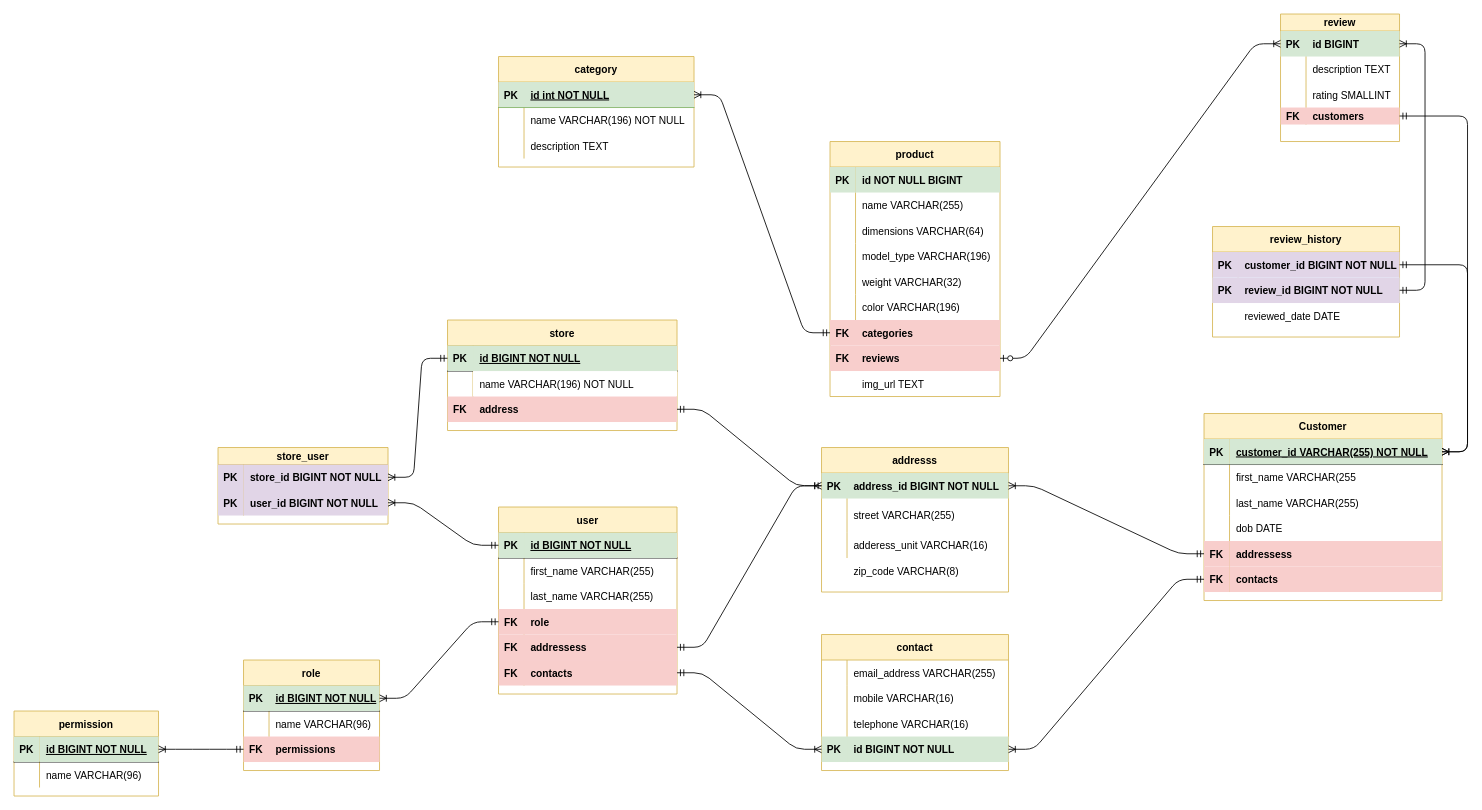
This is YuppieChef_Review_Test.drawio from developerprince-eng/yuppie-chef-assement, a draw.io file, before an edit. Source tidied: cells renumbered, new cells numbered last; positions are measured from the earlier drawing's top-left corner, leaving out a move shared by most shapes. Both pictures are drawn from the tidied source at 85%, with x=0, y=0 at pixel (14, 14).
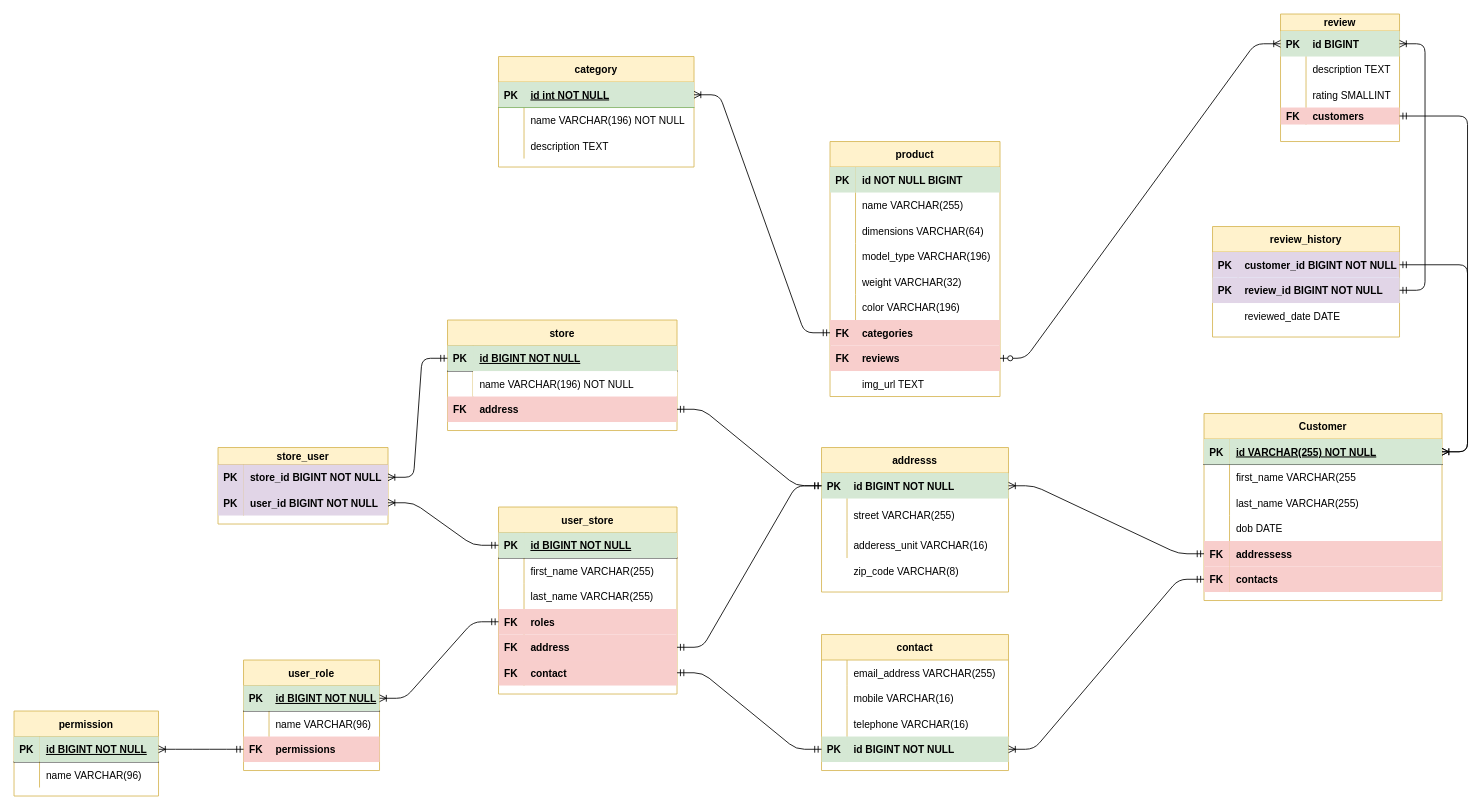
After the change.

The change refers to these unchanged cells:
```xml
<mxCell id="3" style="shape=partialRectangle;fillColor=none;points=[[0,0.5],[1,0.5]];portConstraint=eastwest;top=0;left=0;right=0;bottom=1;" parent="2" vertex="1">
  <mxGeometry y="30" width="280" height="30" as="geometry" />
</mxCell>
<mxCell id="22" style="shape=partialRectangle;fillColor=none;points=[[0,0.5],[1,0.5]];portConstraint=eastwest;top=0;left=0;right=0;bottom=0;" parent="21" vertex="1">
  <mxGeometry y="30" width="220" height="30" as="geometry" />
</mxCell>
<mxCell id="41" style="shape=partialRectangle;fillColor=none;points=[[0,0.5],[1,0.5]];portConstraint=eastwest;top=0;left=0;right=0;bottom=0;" parent="31" vertex="1">
  <mxGeometry y="120" width="220" height="30" as="geometry" />
</mxCell>
<mxCell id="90" style="shape=partialRectangle;fillColor=none;points=[[0,0.5],[1,0.5]];portConstraint=eastwest;top=0;left=0;right=0;bottom=0;" parent="80" vertex="1">
  <mxGeometry y="120" width="210" height="30" as="geometry" />
</mxCell>
<mxCell id="93" style="shape=partialRectangle;fillColor=none;points=[[0,0.5],[1,0.5]];portConstraint=eastwest;top=0;left=0;right=0;bottom=0;" parent="80" vertex="1">
  <mxGeometry y="150" width="210" height="30" as="geometry" />
</mxCell>
<mxCell id="96" style="shape=partialRectangle;fillColor=none;points=[[0,0.5],[1,0.5]];portConstraint=eastwest;top=0;left=0;right=0;bottom=0;" parent="80" vertex="1">
  <mxGeometry y="180" width="210" height="30" as="geometry" />
</mxCell>
```

The edit, as a diff of the source:
```diff
@@
-    <mxCell id="5" value="customer_id VARCHAR(255) NOT NULL " style="shape=partialRectangle;overflow=hidden;fillColor=#d5e8d4;top=0;left=0;bottom=0;right=0;align=left;spacingLeft=6;fontStyle=5;strokeColor=#82b366;" parent="3" vertex="1">
+    <mxCell id="5" value="id VARCHAR(255) NOT NULL " style="shape=partialRectangle;overflow=hidden;fillColor=#d5e8d4;top=0;left=0;bottom=0;right=0;align=left;spacingLeft=6;fontStyle=5;strokeColor=#82b366;" parent="3" vertex="1">
       <mxGeometry x="30" width="250" height="30" as="geometry" />
     </mxCell>
@@
-    <mxCell id="24" value="address_id BIGINT NOT NULL" style="shape=partialRectangle;overflow=hidden;fillColor=#d5e8d4;top=0;left=0;bottom=0;right=0;align=left;spacingLeft=6;fontStyle=1;strokeColor=#82b366;" parent="22" vertex="1">
+    <mxCell id="24" value="id BIGINT NOT NULL" style="shape=partialRectangle;overflow=hidden;fillColor=#d5e8d4;top=0;left=0;bottom=0;right=0;align=left;spacingLeft=6;fontStyle=1;strokeColor=#82b366;" parent="22" vertex="1">
       <mxGeometry x="30" width="190" height="30" as="geometry" />
     </mxCell>
@@
-    <mxCell id="80" value="user" style="shape=table;startSize=30;childLayout=tableLayout;rowLines=0;fontStyle=1;align=center;fillColor=#fff2cc;strokeColor=#d6b656;" parent="1" vertex="1">
+    <mxCell id="80" value="user_store" style="shape=table;startSize=30;childLayout=tableLayout;rowLines=0;fontStyle=1;align=center;fillColor=#fff2cc;strokeColor=#d6b656;" parent="1" vertex="1">
       <mxGeometry x="570" y="580" width="210" height="220" as="geometry" />
     </mxCell>
@@
-    <mxCell id="92" value="role" style="shape=partialRectangle;overflow=hidden;fillColor=#f8cecc;top=0;left=0;bottom=0;right=0;align=left;spacingLeft=6;strokeColor=#b85450;fontStyle=1;" parent="90" vertex="1">
+    <mxCell id="92" value="roles" style="shape=partialRectangle;overflow=hidden;fillColor=#f8cecc;top=0;left=0;bottom=0;right=0;align=left;spacingLeft=6;strokeColor=#b85450;fontStyle=1;" parent="90" vertex="1">
       <mxGeometry x="30" width="180" height="30" as="geometry" />
     </mxCell>
@@
-    <mxCell id="95" value="addressess" style="shape=partialRectangle;overflow=hidden;fillColor=#f8cecc;top=0;left=0;bottom=0;right=0;align=left;spacingLeft=6;strokeColor=#b85450;fontStyle=1;" parent="93" vertex="1">
+    <mxCell id="95" value="address" style="shape=partialRectangle;overflow=hidden;fillColor=#f8cecc;top=0;left=0;bottom=0;right=0;align=left;spacingLeft=6;strokeColor=#b85450;fontStyle=1;" parent="93" vertex="1">
       <mxGeometry x="30" width="180" height="30" as="geometry" />
     </mxCell>
@@
-    <mxCell id="98" value="contacts" style="shape=partialRectangle;overflow=hidden;fillColor=#f8cecc;top=0;left=0;bottom=0;right=0;align=left;spacingLeft=6;strokeColor=#b85450;fontStyle=1;" parent="96" vertex="1">
+    <mxCell id="98" value="contact" style="shape=partialRectangle;overflow=hidden;fillColor=#f8cecc;top=0;left=0;bottom=0;right=0;align=left;spacingLeft=6;strokeColor=#b85450;fontStyle=1;" parent="96" vertex="1">
       <mxGeometry x="30" width="180" height="30" as="geometry" />
     </mxCell>
-    <mxCell id="99" style="edgeStyle=entityRelationEdgeStyle;fontSize=12;html=1;endArrow=ERoneToMany;startArrow=ERmandOne;exitX=1;exitY=0.5;exitDx=0;exitDy=0;entryX=0;entryY=0.5;entryDx=0;entryDy=0;" parent="1" edge="1" source="93" target="22">
-      <mxGeometry relative="1" as="geometry" />
-    </mxCell>
-    <mxCell id="100" style="edgeStyle=entityRelationEdgeStyle;fontSize=12;html=1;endArrow=ERoneToMany;startArrow=ERmandOne;entryX=0;entryY=0.5;entryDx=0;entryDy=0;" parent="1" edge="1" source="96" target="41">
-      <mxGeometry relative="1" as="geometry" />
-    </mxCell>
-    <mxCell id="101" value="role" style="shape=table;startSize=30;childLayout=tableLayout;rowLines=0;fontStyle=1;align=center;fillColor=#fff2cc;strokeColor=#d6b656;" parent="1" vertex="1">
+    <mxCell id="101" value="user_role" style="shape=table;startSize=30;childLayout=tableLayout;rowLines=0;fontStyle=1;align=center;fillColor=#fff2cc;strokeColor=#d6b656;" parent="1" vertex="1">
       <mxGeometry x="270" y="760" width="160" height="130" as="geometry" />
     </mxCell>
@@
+    <mxCell id="100" style="edgeStyle=entityRelationEdgeStyle;fontSize=12;html=1;endArrow=ERmandOne;startArrow=ERmandOne;exitX=1;exitY=0.5;exitDx=0;exitDy=0;entryX=0;entryY=0.5;entryDx=0;entryDy=0;" parent="1" edge="1" source="96" target="41">
+      <mxGeometry relative="1" as="geometry" />
+    </mxCell>
+    <mxCell id="99" style="edgeStyle=entityRelationEdgeStyle;fontSize=12;html=1;endArrow=ERmandOne;startArrow=ERmandOne;exitX=1;exitY=0.5;exitDx=0;exitDy=0;entryX=0;entryY=0.5;entryDx=0;entryDy=0;" parent="1" edge="1" source="93" target="22">
+      <mxGeometry relative="1" as="geometry" />
+    </mxCell>
```
